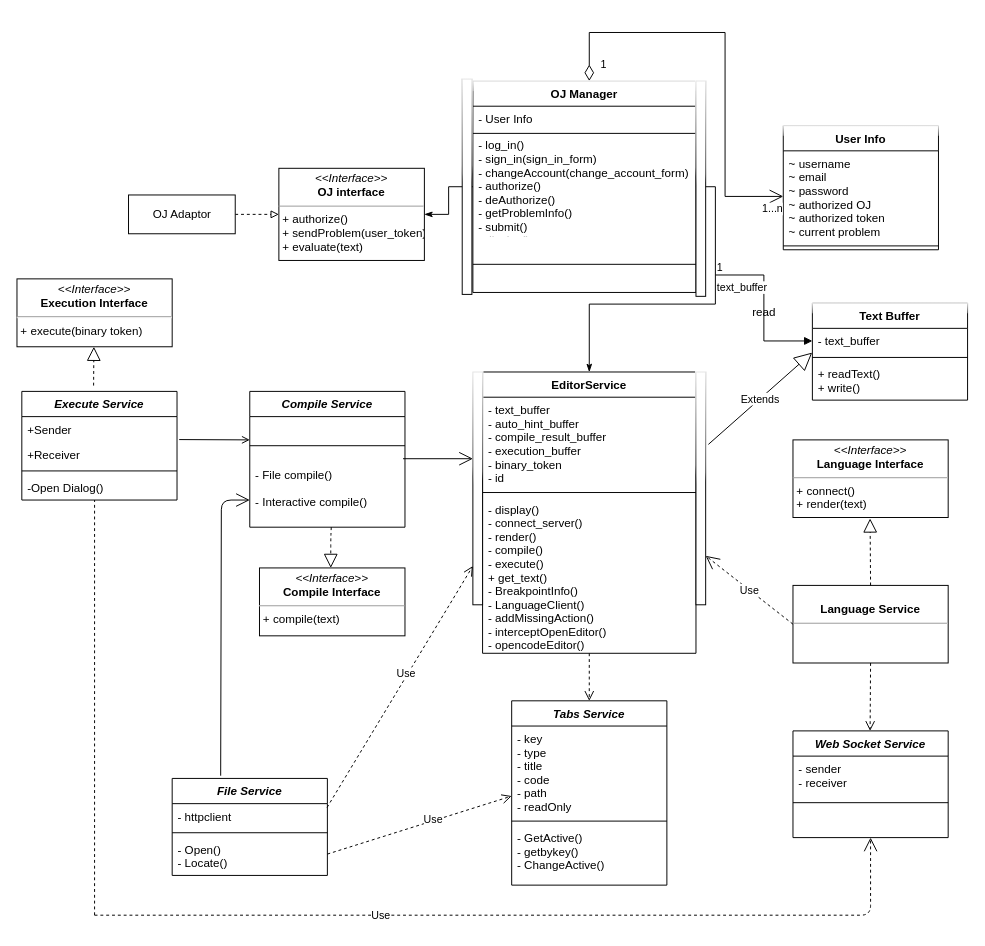
Above: OOA_classGraph.drawio in gulang2019/ClaviCode-UML (draw.io), before the change. Source tidied: cells renumbered, new cells numbered last; positions are measured from the earlier drawing's top-left corner, leaving out a move shared by most shapes. Both pictures are drawn from the tidied source at 97%, with x=0, y=0 at pixel (16, 32).
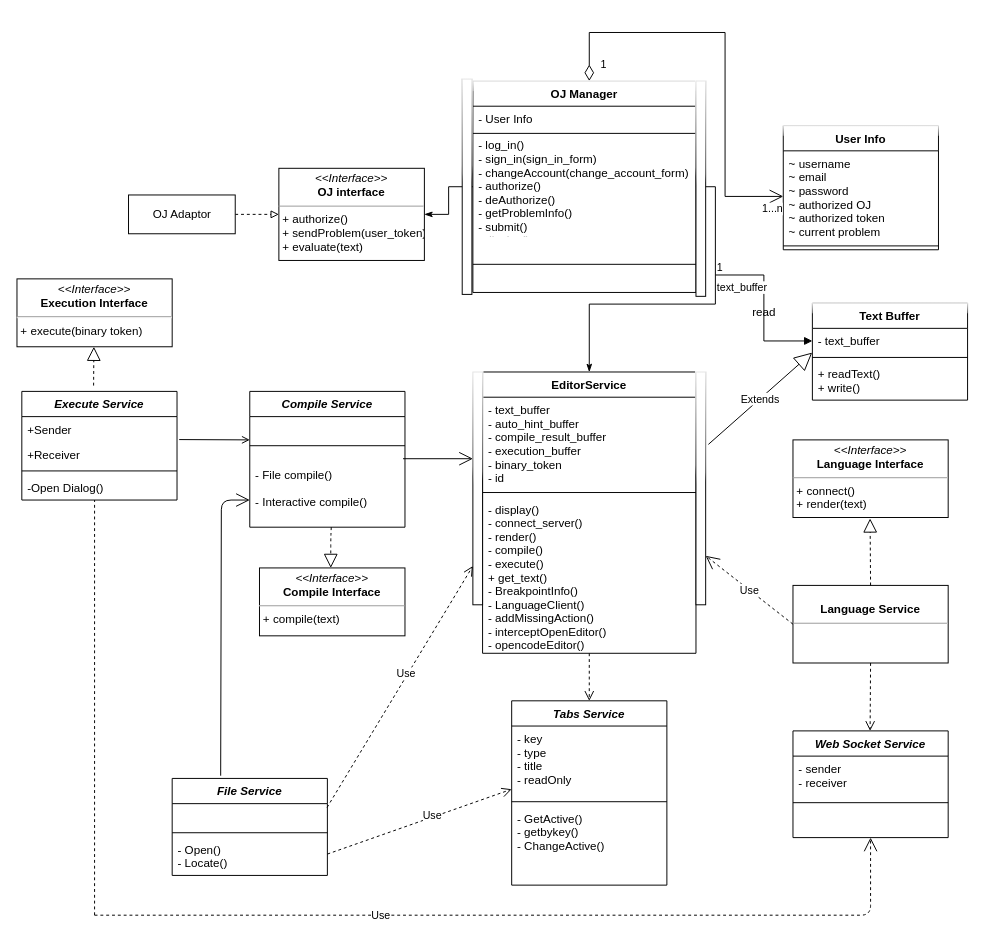
After the change.

Unchanged cells that the change refers to:
```xml
<mxCell id="47" value="Tabs Service" style="swimlane;fontStyle=3;align=center;verticalAlign=top;horizontal=1;startSize=26;rounded=0;shadow=0;strokeWidth=1;fontSize=12;" parent="1" vertex="1">
  <mxGeometry x="510" y="689" width="160" height="190" as="geometry" />
</mxCell>
<mxCell id="54" value="File Service" style="swimlane;fontStyle=3;align=center;verticalAlign=top;horizontal=1;startSize=26;rounded=0;shadow=0;strokeWidth=1;fontSize=12;" parent="1" vertex="1">
  <mxGeometry x="160" y="769" width="160" height="100" as="geometry" />
</mxCell>
```

What changed in the source:
```diff
@@
-    <mxCell id="48" value="- key&#10;- type&#10;- title&#10;- code&#10;- path&#10;- readOnly" style="text;align=left;verticalAlign=top;spacingLeft=4;spacingRight=4;overflow=hidden;points=[[0,0.5],[1,0.5]];portConstraint=eastwest;fontSize=12;" parent="47" vertex="1">
-      <mxGeometry y="26" width="160" height="94" as="geometry" />
+    <mxCell id="48" value="- key&#10;- type&#10;- title&#10;- readOnly" style="text;align=left;verticalAlign=top;spacingLeft=4;spacingRight=4;overflow=hidden;points=[[0,0.5],[1,0.5]];portConstraint=eastwest;fontSize=12;" parent="47" vertex="1">
+      <mxGeometry y="26" width="160" height="74" as="geometry" />
     </mxCell>
     <mxCell id="49" style="line;html=1;strokeWidth=1;align=left;verticalAlign=middle;spacingTop=-1;spacingLeft=3;spacingRight=3;labelPosition=right;fontSize=12;" parent="47" vertex="1">
-      <mxGeometry y="120" width="160" height="8" as="geometry" />
+      <mxGeometry y="100" width="160" height="8" as="geometry" />
     </mxCell>
     <mxCell id="50" value="- GetActive()&#10;- getbykey()&#10;- ChangeActive()" style="text;align=left;verticalAlign=top;spacingLeft=4;spacingRight=4;overflow=hidden;fontSize=12;" parent="47" vertex="1">
-      <mxGeometry y="128" width="160" height="62" as="geometry" />
+      <mxGeometry y="108" width="160" height="62" as="geometry" />
     </mxCell>
@@
-    <mxCell id="55" value="- httpclient" style="text;align=left;verticalAlign=top;spacingLeft=4;spacingRight=4;overflow=hidden;points=[[0,0.5],[1,0.5]];portConstraint=eastwest;fontSize=12;" parent="54" vertex="1">
+    <mxCell id="55" value=" " style="text;align=left;verticalAlign=top;spacingLeft=4;spacingRight=4;overflow=hidden;points=[[0,0.5],[1,0.5]];portConstraint=eastwest;fontSize=12;" parent="54" vertex="1">
       <mxGeometry y="26" width="160" height="26" as="geometry" />
     </mxCell>
```
